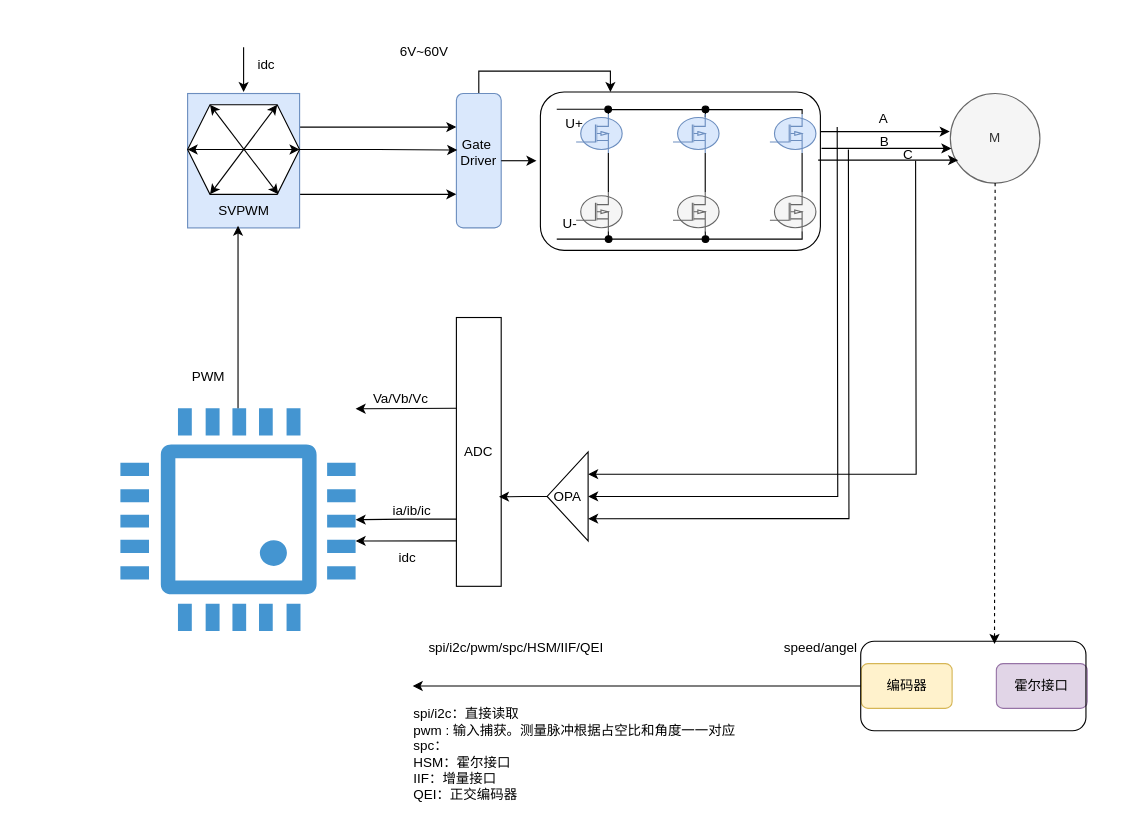
This is page "顶层框架示意图全" (7 of 8) of 电驱芯片外设介绍.drawio from Vinson-001/Blog-flow-chart, a draw.io file, before an edit. Source tidied: cells renumbered, new cells numbered last; positions are measured from the earlier drawing's top-left corner, leaving out a move shared by most shapes. Both pictures are drawn from the tidied source at 112%, with x=0, y=0 at pixel (120, 35).
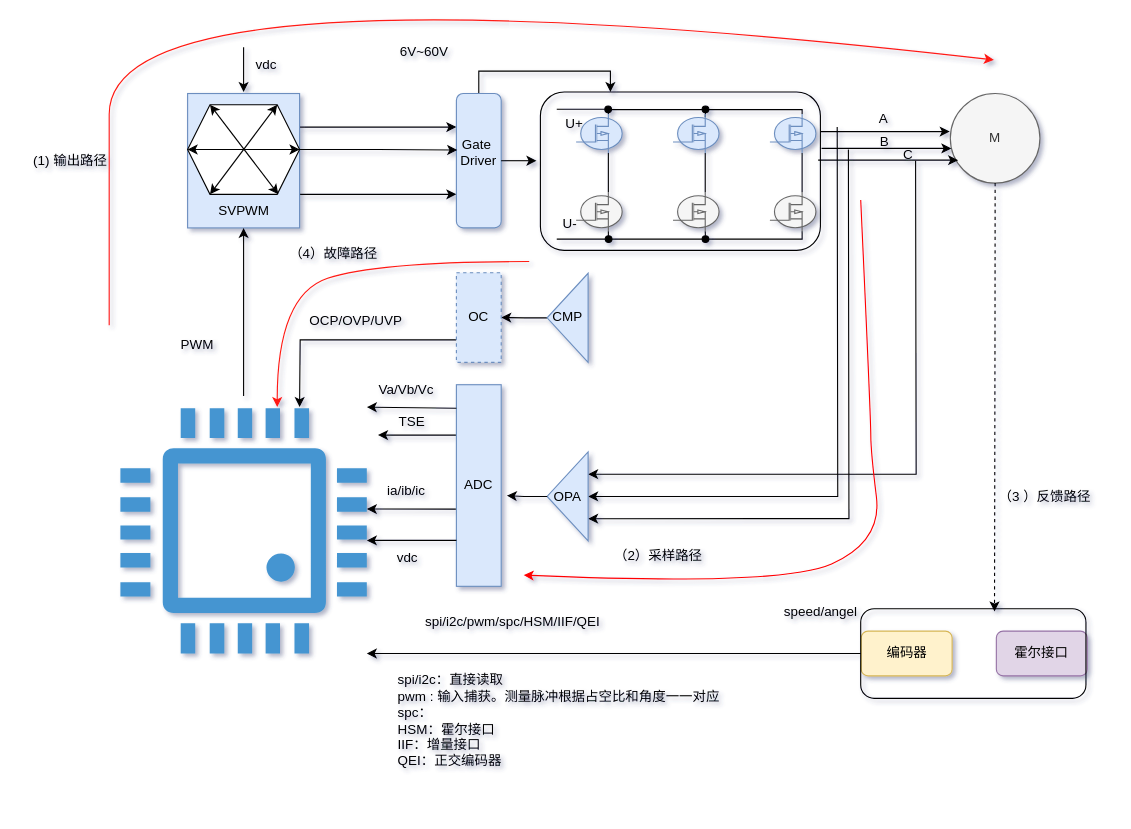
The same diagram, later.

Commit message:
更新电驱芯片外设介绍.drawio

The change refers to these unchanged cells:
```xml
<mxCell id="37" style="rounded=1;whiteSpace=wrap;html=1;fillColor=none;" parent="33" vertex="1">
  <mxGeometry width="201.1" height="80" as="geometry" />
</mxCell>
<mxCell id="42" style="group;" parent="1" vertex="1">
  <mxGeometry x="60" y="52" width="100" height="120" as="geometry" />
</mxCell>
<mxCell id="49" value="SVPWM" style="text;html=1;align=center;verticalAlign=middle;points=[];strokeColor=none;fillColor=none;" parent="42" vertex="1">
  <mxGeometry x="15" y="90" width="70" height="30" as="geometry" />
</mxCell>
```

What changed in the source:
```diff
@@
-<mxGraphModel>
+<mxGraphModel shadow="1">
@@
     <mxCell id="2" style="shadow=0;dashed=0;html=1;strokeColor=none;fillColor=#4495D1;labelPosition=center;verticalLabelPosition=bottom;verticalAlign=top;align=center;outlineConnect=0;shape=mxgraph.veeam.cpu;" parent="1" vertex="1">
-      <mxGeometry y="333" width="210" height="199" as="geometry" />
+      <mxGeometry y="333" width="220" height="219" as="geometry" />
     </mxCell>
@@
     <mxCell id="33" style="group;" parent="1" vertex="1">
-      <mxGeometry x="661" y="541" width="202.2" height="80" as="geometry" />
+      <mxGeometry x="661" y="512" width="202.2" height="80" as="geometry" />
     </mxCell>
@@
-    <mxCell id="36" style="edgeStyle=orthogonalEdgeStyle;curved=1;rounded=0;jettySize=auto;html=1;exitX=0;exitY=0.5;exitDx=0;exitDy=0;" parent="33" edge="1" source="37">
+    <mxCell id="36" style="rounded=0;jettySize=auto;html=1;exitX=0;exitY=0.5;exitDx=0;exitDy=0;edgeStyle=orthogonalEdgeStyle;" parent="33" edge="1" source="37">
       <mxGeometry relative="1" as="geometry">
-        <mxPoint x="-400" y="40" as="targetPoint" />
+        <mxPoint x="-441" y="40" as="targetPoint" />
       </mxGeometry>
     </mxCell>
@@
     <mxCell id="39" value="spi/i2c/pwm/spc/HSM/IIF/QEI" style="text;html=1;align=center;verticalAlign=middle;strokeColor=none;fillColor=none;" parent="1" vertex="1">
-      <mxGeometry x="263.4" y="532" width="180" height="30" as="geometry" />
+      <mxGeometry x="260" y="509" width="180" height="30" as="geometry" />
     </mxCell>
     <mxCell id="40" value="speed/angel" style="text;html=1;align=center;verticalAlign=middle;strokeColor=none;fillColor=none;" parent="1" vertex="1">
-      <mxGeometry x="579.9" y="532" width="90" height="30" as="geometry" />
+      <mxGeometry x="579.9" y="500" width="90" height="30" as="geometry" />
     </mxCell>
     <mxCell id="41" value="spi/i2c：直接读取&lt;div&gt;pwm : 输入捕获。测量脉冲根据占空比和角度一一对应&lt;/div&gt;&lt;div&gt;spc：&lt;/div&gt;&lt;div&gt;HSM：霍尔接口&lt;/div&gt;&lt;div&gt;IIF：增量接口&lt;/div&gt;&lt;div&gt;QEI：正交编码器&lt;/div&gt;" style="text;html=1;align=left;verticalAlign=middle;strokeColor=none;fillColor=none;" parent="1" vertex="1">
-      <mxGeometry x="260" y="592" width="310" height="100" as="geometry" />
+      <mxGeometry x="246" y="562" width="310" height="100" as="geometry" />
     </mxCell>
@@
+    <mxCell id="68" style="edgeStyle=orthogonalEdgeStyle;rounded=0;jettySize=auto;html=1;endArrow=none;endFill=0;startArrow=classic;startFill=1;" parent="42" edge="1" source="49">
+      <mxGeometry relative="1" as="geometry">
+        <mxPoint x="50" y="270" as="targetPoint" />
+      </mxGeometry>
+    </mxCell>
@@
-    <mxCell id="50" style="edgeStyle=orthogonalEdgeStyle;rounded=0;jettySize=auto;html=1;entryX=0.429;entryY=0.933;entryDx=0;entryDy=0;entryPerimeter=0;" parent="1" edge="1" source="2" target="49">
-      <mxGeometry relative="1" as="geometry" />
-    </mxCell>
     <mxCell id="51" value="PWM&amp;nbsp;" style="text;html=1;align=center;verticalAlign=middle;strokeColor=none;fillColor=none;" parent="1" vertex="1">
-      <mxGeometry x="50" y="290" width="60" height="30" as="geometry" />
+      <mxGeometry x="40" y="262" width="60" height="30" as="geometry" />
     </mxCell>
@@
-    <mxCell id="54" style="edgeStyle=orthogonalEdgeStyle;rounded=0;jettySize=auto;html=1;exitX=0;exitY=0.75;exitDx=0;exitDy=0;" parent="1" edge="1" source="55" target="2">
-      <mxGeometry relative="1" as="geometry" />
-    </mxCell>
+    <mxCell id="69" style="edgeStyle=orthogonalEdgeStyle;rounded=0;jettySize=auto;html=1;exitX=0;exitY=0.25;exitDx=0;exitDy=0;" parent="1" edge="1" source="55">
+      <mxGeometry relative="1" as="geometry">
+        <mxPoint x="230" y="357" as="targetPoint" />
+      </mxGeometry>
+    </mxCell>
-    <mxCell id="55" value="ADC" style="rounded=0;whiteSpace=wrap;html=1;" parent="1" vertex="1">
-      <mxGeometry x="300" y="252" width="40" height="240" as="geometry" />
+    <mxCell id="55" value="ADC" style="rounded=0;whiteSpace=wrap;html=1;fillColor=#dae8fc;strokeColor=#6c8ebf;" parent="1" vertex="1">
+      <mxGeometry x="300" y="312" width="40" height="180" as="geometry" />
     </mxCell>
@@
-    <mxCell id="59" value="OPA" style="triangle;whiteSpace=wrap;html=1;direction=west;" parent="1" vertex="1">
+    <mxCell id="59" value="OPA" style="triangle;whiteSpace=wrap;html=1;direction=west;fillColor=#dae8fc;strokeColor=#6c8ebf;" parent="1" vertex="1">
       <mxGeometry x="381" y="372" width="36.6" height="79.5" as="geometry" />
     </mxCell>
-    <mxCell id="60" style="edgeStyle=orthogonalEdgeStyle;rounded=0;jettySize=auto;html=1;entryX=0.95;entryY=0.667;entryDx=0;entryDy=0;entryPerimeter=0;" parent="1" edge="1" source="59" target="55">
-      <mxGeometry relative="1" as="geometry" />
-    </mxCell>
     <mxCell id="61" value="ia/ib/ic" style="text;html=1;align=center;verticalAlign=middle;strokeColor=none;fillColor=none;" parent="1" vertex="1">
-      <mxGeometry x="230" y="410" width="60" height="30" as="geometry" />
+      <mxGeometry x="225" y="392" width="60" height="30" as="geometry" />
     </mxCell>
-    <mxCell id="62" style="endArrow=classic;html=1;rounded=0;exitX=0;exitY=0.831;exitDx=0;exitDy=0;exitPerimeter=0;" parent="1" edge="1" source="55">
-      <mxGeometry relative="1" as="geometry">
-        <mxPoint x="210" y="451.5" as="targetPoint" />
-      </mxGeometry>
-    </mxCell>
-    <mxCell id="63" value="idc" style="text;html=1;align=center;verticalAlign=middle;strokeColor=none;fillColor=none;" parent="1" vertex="1">
+    <mxCell id="63" value="vdc" style="text;html=1;align=center;verticalAlign=middle;strokeColor=none;fillColor=none;" parent="1" vertex="1">
       <mxGeometry x="236" y="451.5" width="40" height="30" as="geometry" />
     </mxCell>
@@
-    <mxCell id="65" value="idc" style="text;html=1;align=center;verticalAlign=middle;strokeColor=none;fillColor=none;" parent="1" vertex="1">
+    <mxCell id="65" value="vdc" style="text;html=1;align=center;verticalAlign=middle;strokeColor=none;fillColor=none;" parent="1" vertex="1">
       <mxGeometry x="110" y="12" width="40" height="30" as="geometry" />
     </mxCell>
     <mxCell id="66" style="endArrow=classic;html=1;rounded=0;exitX=0;exitY=0.831;exitDx=0;exitDy=0;exitPerimeter=0;" parent="1" edge="1">
       <mxGeometry relative="1" as="geometry">
         <mxPoint x="300" y="333" as="sourcePoint" />
-        <mxPoint x="210" y="333.5" as="targetPoint" />
+        <mxPoint x="220" y="332" as="targetPoint" />
       </mxGeometry>
     </mxCell>
     <mxCell id="67" value="Va/Vb/Vc" style="text;html=1;align=center;verticalAlign=middle;strokeColor=none;fillColor=none;" parent="1" vertex="1">
-      <mxGeometry x="215" y="310" width="70" height="30" as="geometry" />
+      <mxGeometry x="220" y="302" width="70" height="30" as="geometry" />
     </mxCell>
+    <mxCell id="70" style="endArrow=classic;html=1;rounded=0;exitX=-0.012;exitY=0.617;exitDx=0;exitDy=0;exitPerimeter=0;" parent="1" edge="1" source="55">
+      <mxGeometry relative="1" as="geometry">
+        <mxPoint x="220" y="423" as="targetPoint" />
+      </mxGeometry>
+    </mxCell>
+    <mxCell id="71" style="endArrow=classic;html=1;rounded=0;exitX=-0.012;exitY=0.617;exitDx=0;exitDy=0;exitPerimeter=0;" parent="1" edge="1">
+      <mxGeometry relative="1" as="geometry">
+        <mxPoint x="300" y="451" as="sourcePoint" />
+        <mxPoint x="220" y="451" as="targetPoint" />
+      </mxGeometry>
+    </mxCell>
+    <mxCell id="60" style="edgeStyle=orthogonalEdgeStyle;rounded=0;jettySize=auto;html=1;entryX=1.125;entryY=0.55;entryDx=0;entryDy=0;entryPerimeter=0;" parent="1" edge="1" source="59" target="55">
+      <mxGeometry relative="1" as="geometry" />
+    </mxCell>
+    <mxCell id="72" style="edgeStyle=orthogonalEdgeStyle;rounded=0;jettySize=auto;html=1;entryX=1;entryY=0.5;entryDx=0;entryDy=0;" parent="1" edge="1" source="73" target="75">
+      <mxGeometry relative="1" as="geometry" />
+    </mxCell>
+    <mxCell id="73" value="CMP" style="triangle;whiteSpace=wrap;html=1;direction=west;fillColor=#dae8fc;strokeColor=#6c8ebf;" parent="1" vertex="1">
+      <mxGeometry x="381" y="212.5" width="36.6" height="79.5" as="geometry" />
+    </mxCell>
+    <mxCell id="74" style="edgeStyle=orthogonalEdgeStyle;rounded=0;jettySize=auto;html=1;exitX=0;exitY=0.75;exitDx=0;exitDy=0;" parent="1" edge="1" source="75">
+      <mxGeometry relative="1" as="geometry">
+        <mxPoint x="160" y="332" as="targetPoint" />
+      </mxGeometry>
+    </mxCell>
+    <mxCell id="75" value="OC" style="rounded=0;whiteSpace=wrap;html=1;fillColor=#dae8fc;strokeColor=#6c8ebf;dashed=1;" parent="1" vertex="1">
+      <mxGeometry x="300" y="212" width="40" height="80" as="geometry" />
+    </mxCell>
+    <mxCell id="76" value="OCP/OVP/UVP" style="text;html=1;align=center;verticalAlign=middle;strokeColor=none;fillColor=none;" parent="1" vertex="1">
+      <mxGeometry x="155" y="240" width="110" height="30" as="geometry" />
+    </mxCell>
+    <mxCell id="77" value="TSE" style="text;html=1;align=center;verticalAlign=middle;strokeColor=none;fillColor=none;" parent="1" vertex="1">
+      <mxGeometry x="235" y="330" width="50" height="30" as="geometry" />
+    </mxCell>
+    <mxCell id="78" style="curved=1;endArrow=classic;html=1;rounded=0;strokeColor=#FF1A12;" parent="1" edge="1">
+      <mxGeometry relative="1" as="geometry">
+        <mxPoint x="-10" y="259" as="sourcePoint" />
+        <mxPoint x="780" y="22" as="targetPoint" />
+        <Array as="points">
+          <mxPoint x="-10" y="209" />
+          <mxPoint x="-10" y="-68" />
+        </Array>
+      </mxGeometry>
+    </mxCell>
+    <mxCell id="79" value="(1) 输出路径" style="text;html=1;align=center;verticalAlign=middle;strokeColor=none;fillColor=none;" parent="1" vertex="1">
+      <mxGeometry x="-90" y="97" width="90" height="30" as="geometry" />
+    </mxCell>
+    <mxCell id="80" style="endArrow=classic;html=1;rounded=0;curved=1;strokeColor=#FF0000;" parent="1" edge="1">
+      <mxGeometry relative="1" as="geometry">
+        <mxPoint x="661" y="147" as="sourcePoint" />
+        <mxPoint x="360" y="482" as="targetPoint" />
+        <Array as="points">
+          <mxPoint x="670" y="342" />
+          <mxPoint x="670" y="372" />
+          <mxPoint x="680" y="452" />
+          <mxPoint x="590" y="492" />
+        </Array>
+      </mxGeometry>
+    </mxCell>
+    <mxCell id="81" value="（2）采样路径" style="text;html=1;align=center;verticalAlign=middle;strokeColor=none;fillColor=none;" parent="1" vertex="1">
+      <mxGeometry x="430" y="450" width="100" height="30" as="geometry" />
+    </mxCell>
+    <mxCell id="82" value="（3 ）反馈路径" style="text;html=1;align=center;verticalAlign=middle;strokeColor=none;fillColor=none;" parent="1" vertex="1">
+      <mxGeometry x="770" y="396.8" width="110" height="30" as="geometry" />
+    </mxCell>
+    <mxCell id="83" style="endArrow=classic;html=1;rounded=0;curved=1;strokeColor=#FF1A12;" parent="1" edge="1">
+      <mxGeometry relative="1" as="geometry">
+        <mxPoint x="365" y="202" as="sourcePoint" />
+        <mxPoint x="140" y="332" as="targetPoint" />
+        <Array as="points">
+          <mxPoint x="230" y="202" />
+          <mxPoint x="140" y="232" />
+        </Array>
+      </mxGeometry>
+    </mxCell>
+    <mxCell id="84" value="（4）故障路径" style="text;html=1;align=center;verticalAlign=middle;strokeColor=none;fillColor=none;" parent="1" vertex="1">
+      <mxGeometry x="140" y="180" width="100" height="30" as="geometry" />
+    </mxCell>
```
